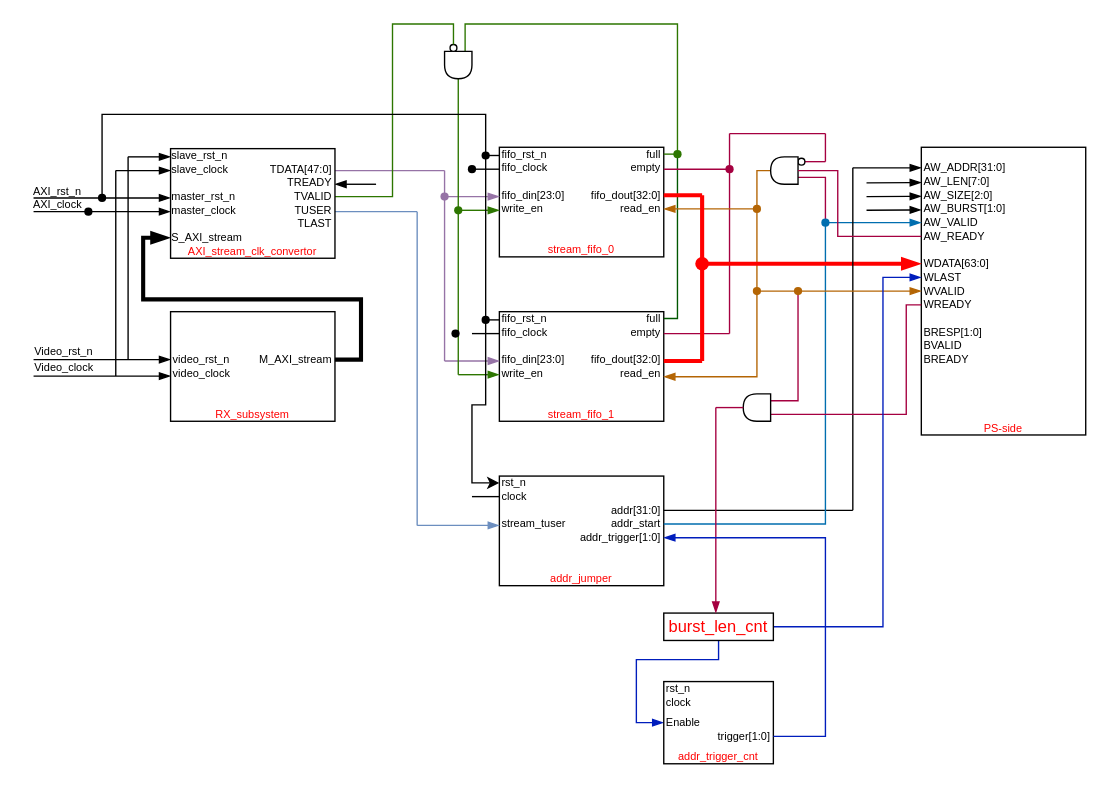
YZchen3467/drawio keeps this draw.io diagram as Our_design/Our_design.drawio. Above is the earlier version. Source tidied: cells renumbered, new cells numbered last; positions are measured from the earlier drawing's top-left corner, leaving out a move shared by most shapes. Both pictures are drawn from the tidied source at 137%, with x=0, y=0 at pixel (30, 23).
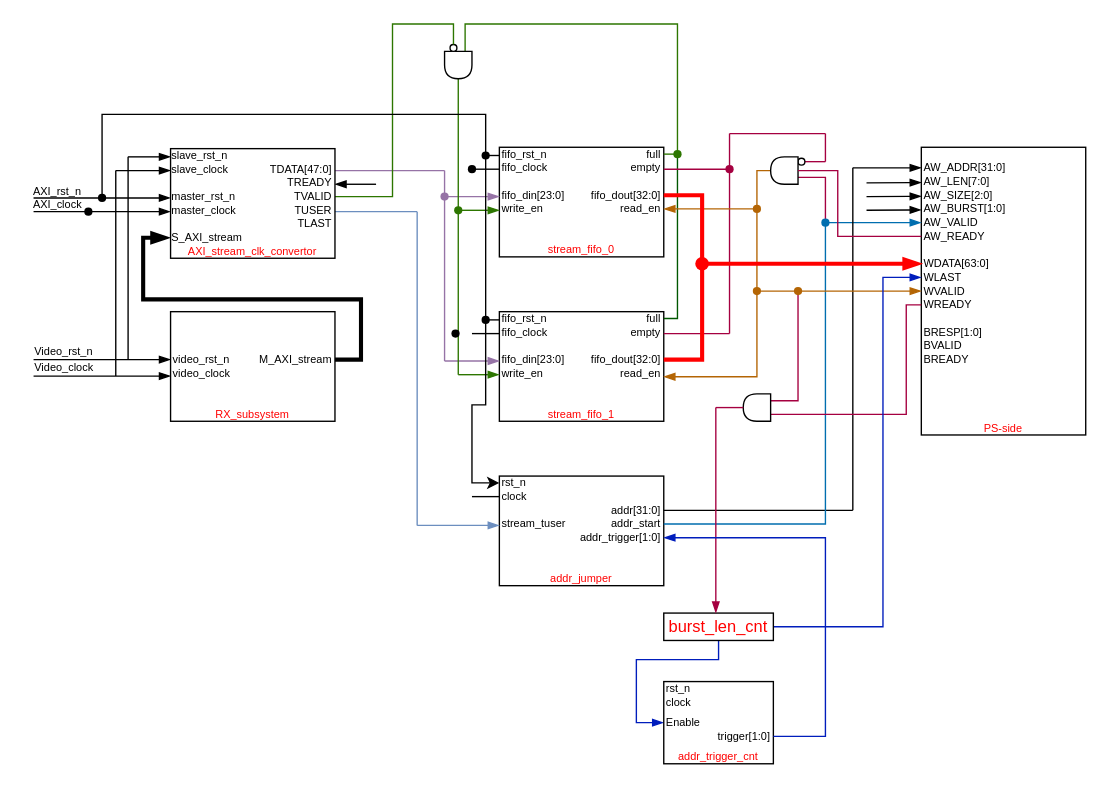
The same page after the edit.

Unchanged cells that the change refers to:
```xml
<mxCell id="6" value="&lt;font style=&quot;font-size: 8px;&quot;&gt;fifo_dout[32:0]&lt;/font&gt;" style="text;html=1;strokeColor=none;fillColor=none;align=right;verticalAlign=middle;whiteSpace=wrap;rounded=0;strokeWidth=0;fontSize=8;horizontal=1;" parent="2" vertex="1">
  <mxGeometry x="60" y="30" width="60" height="10" as="geometry" />
</mxCell>
<mxCell id="26" value="&lt;font style=&quot;font-size: 8px;&quot;&gt;fifo_dout[32:0]&lt;/font&gt;" style="text;html=1;strokeColor=none;fillColor=none;align=right;verticalAlign=middle;whiteSpace=wrap;rounded=0;strokeWidth=0;fontSize=8;horizontal=1;" parent="22" vertex="1">
  <mxGeometry x="60" y="30" width="60" height="10" as="geometry" />
</mxCell>
<mxCell id="87" value="&lt;font style=&quot;font-size: 8px;&quot;&gt;WDATA[63:0]&lt;/font&gt;" style="text;html=1;strokeColor=none;fillColor=none;align=left;verticalAlign=middle;whiteSpace=wrap;rounded=0;strokeWidth=0;fontSize=8;horizontal=1;" parent="78" vertex="1">
  <mxGeometry y="80" width="60" height="10" as="geometry" />
</mxCell>
<mxCell id="126" style="shape=waypoint;sketch=0;fillStyle=solid;size=6;points=[];fillColor=#FF3333;perimeter=centerPerimeter;snapToPoint=1;fontColor=#ffffff;strokeColor=#ff0000;strokeWidth=3;" parent="1" vertex="1">
  <mxGeometry x="480" y="165" width="20" height="20" as="geometry" />
</mxCell>
```

The edit, as a diff of the source:
```diff
@@
-    <mxCell id="117" style="endArrow=none;html=1;rounded=0;endFill=0;fillColor=#e51400;strokeColor=#FF0000;strokeWidth=3;" parent="1" edge="1">
-      <mxGeometry relative="1" as="geometry">
-        <mxPoint x="462" y="125" as="sourcePoint" />
-        <mxPoint x="490" y="125" as="targetPoint" />
-      </mxGeometry>
-    </mxCell>
-    <mxCell id="118" style="endArrow=blockThin;html=1;rounded=0;endFill=1;fillColor=#e51400;strokeColor=#FF0000;strokeWidth=3;" parent="1" edge="1">
-      <mxGeometry relative="1" as="geometry">
-        <mxPoint x="490" y="175" as="sourcePoint" />
-        <mxPoint x="649" y="175" as="targetPoint" />
-      </mxGeometry>
-    </mxCell>
-    <mxCell id="119" style="endArrow=none;html=1;rounded=0;endFill=0;fillColor=#e51400;strokeColor=#FF0000;strokeWidth=3;" parent="1" edge="1">
-      <mxGeometry relative="1" as="geometry">
-        <mxPoint x="490" y="246" as="sourcePoint" />
-        <mxPoint x="490" y="125" as="targetPoint" />
-      </mxGeometry>
-    </mxCell>
-    <mxCell id="120" style="endArrow=none;html=1;rounded=0;endFill=0;fillColor=#e51400;strokeColor=#FF0000;strokeWidth=3;" parent="1" edge="1">
-      <mxGeometry relative="1" as="geometry">
-        <mxPoint x="462" y="246" as="sourcePoint" />
-        <mxPoint x="490" y="246" as="targetPoint" />
-      </mxGeometry>
-    </mxCell>
@@
+    <mxCell id="168" style="edgeStyle=orthogonalEdgeStyle;rounded=0;jettySize=auto;html=1;entryX=0;entryY=0.5;entryDx=0;entryDy=0;endArrow=blockThin;endFill=1;strokeColor=#FF0000;strokeWidth=3;" parent="1" edge="1" source="126" target="87">
+      <mxGeometry relative="1" as="geometry" />
+    </mxCell>
+    <mxCell id="169" style="edgeStyle=orthogonalEdgeStyle;rounded=0;jettySize=auto;html=1;entryX=1;entryY=0.5;entryDx=0;entryDy=0;endArrow=none;endFill=0;strokeColor=#FF0000;strokeWidth=3;" parent="1" edge="1" target="26">
+      <mxGeometry relative="1" as="geometry">
+        <mxPoint x="492" y="175" as="sourcePoint" />
+        <Array as="points">
+          <mxPoint x="490" y="175" />
+          <mxPoint x="490" y="245" />
+        </Array>
+      </mxGeometry>
+    </mxCell>
+    <mxCell id="170" style="edgeStyle=orthogonalEdgeStyle;rounded=0;jettySize=auto;html=1;entryX=1;entryY=0.5;entryDx=0;entryDy=0;endArrow=none;endFill=0;strokeColor=#FF0000;strokeWidth=3;" parent="1" edge="1" source="126" target="6">
+      <mxGeometry relative="1" as="geometry">
+        <Array as="points">
+          <mxPoint x="490" y="125" />
+        </Array>
+      </mxGeometry>
+    </mxCell>
```
